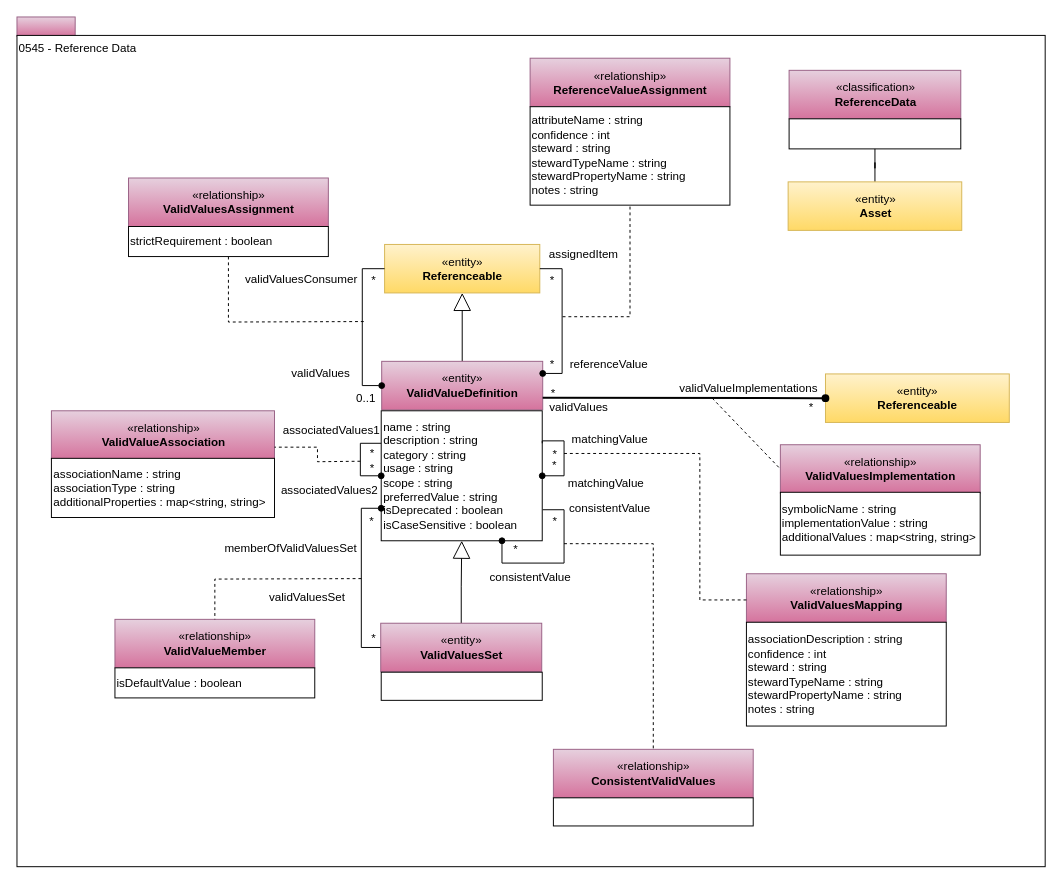
Before: page "0545-Reference-Data" (26 of 34) of site/docs/types/5/area-5-models-and-schema.drawio in odpi/egeria-docs, a draw.io diagram. Source tidied: cells renumbered, new cells numbered last; positions are measured from the earlier drawing's top-left corner, leaving out a move shared by most shapes. Both pictures are drawn from the tidied source at 97%, with x=0, y=0 at pixel (16, 16).
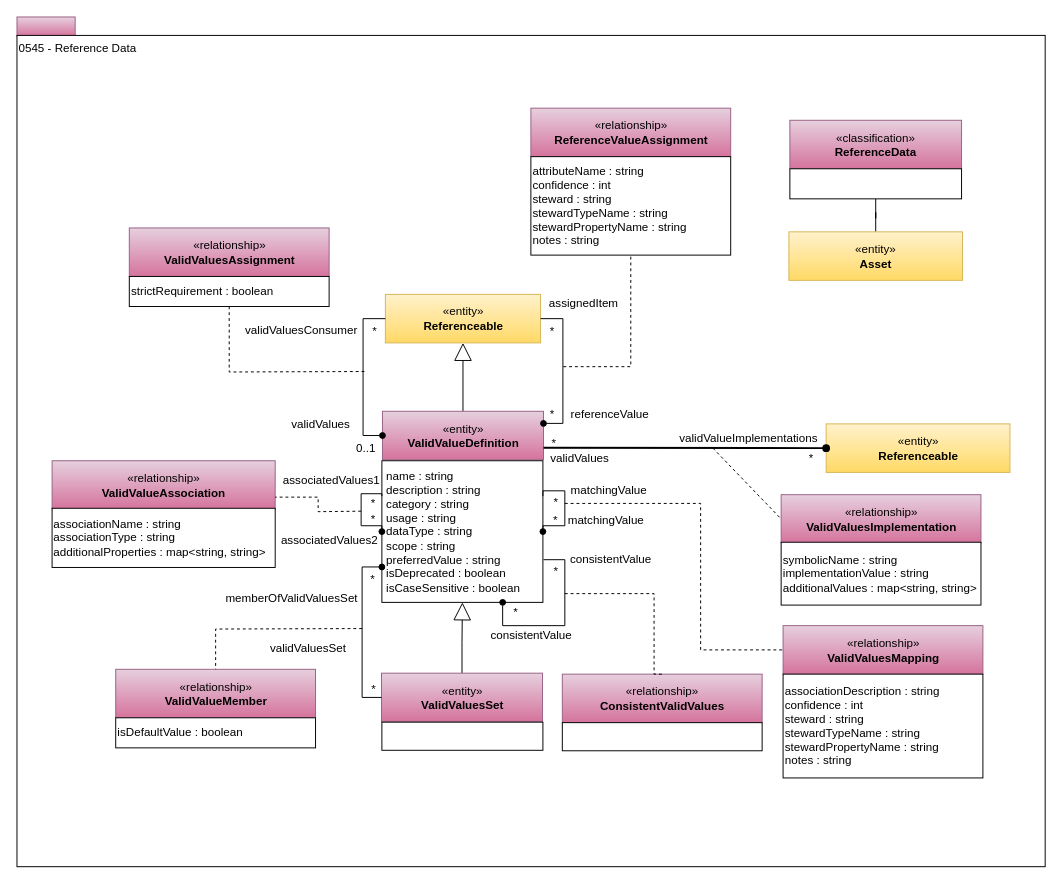
The same page after the edit.

Change to the diagram source:
```diff
@@
     <mxCell id="5" value="«entity»&lt;br&gt;&lt;b&gt;ValidValueDefinition&lt;/b&gt;" style="html=1;strokeColor=#996185;align=center;fillColor=#e6d0de;gradientColor=#d5739d;" parent="1" vertex="1">
-      <mxGeometry x="376" y="355" width="166" height="50" as="geometry" />
+      <mxGeometry x="376.8" y="406.5" width="166" height="50" as="geometry" />
     </mxCell>
-    <mxCell id="6" value="&lt;span&gt;name : string&lt;br&gt;&lt;/span&gt;&lt;span&gt;description : string&lt;br&gt;&lt;/span&gt;category : string&lt;br&gt;&lt;span&gt;usage : string&lt;/span&gt;&lt;br&gt;&lt;span&gt;scope : string&lt;br&gt;preferredValue : string&lt;br&gt;isDeprecated : boolean&lt;br&gt;isCaseSensitive : boolean&lt;br&gt;&lt;/span&gt;" style="rounded=0;whiteSpace=wrap;html=1;strokeColor=#000000;gradientColor=#ffffff;align=left;" parent="1" vertex="1">
-      <mxGeometry x="375.5" y="406" width="166" height="134" as="geometry" />
+    <mxCell id="6" value="&lt;span&gt;name : string&lt;br&gt;&lt;/span&gt;&lt;span&gt;description : string&lt;br&gt;&lt;/span&gt;category : string&lt;br&gt;&lt;span&gt;usage : string&lt;br&gt;&lt;/span&gt;dataType : string&lt;br&gt;&lt;span&gt;scope : string&lt;br&gt;preferredValue : string&lt;br&gt;isDeprecated : boolean&lt;br&gt;isCaseSensitive : boolean&lt;br&gt;&lt;/span&gt;" style="rounded=0;whiteSpace=wrap;html=1;strokeColor=#000000;gradientColor=#ffffff;align=left;spacingLeft=3;" parent="1" vertex="1">
+      <mxGeometry x="376.2" y="457.5" width="166" height="146" as="geometry" />
     </mxCell>
     <mxCell id="7" value="«entity»&lt;br&gt;&lt;b&gt;Referenceable&lt;/b&gt;" style="html=1;strokeColor=#d6b656;align=center;fillColor=#fff2cc;gradientColor=#ffd966;" parent="1" vertex="1">
-      <mxGeometry x="379" y="234.5" width="160" height="50" as="geometry" />
+      <mxGeometry x="379.8" y="286" width="160" height="50" as="geometry" />
     </mxCell>
     <mxCell id="8" value="«entity»&lt;br&gt;&lt;b&gt;Referenceable&lt;/b&gt;" style="html=1;strokeColor=#d6b656;align=center;fillColor=#fff2cc;gradientColor=#ffd966;" parent="1" vertex="1">
-      <mxGeometry x="833.5" y="368" width="189.5" height="50" as="geometry" />
+      <mxGeometry x="834.2" y="419.5" width="189.5" height="50" as="geometry" />
     </mxCell>
     <mxCell id="9" value="«relationship»&lt;br&gt;&lt;b&gt;ValidValuesImplementation&lt;/b&gt;" style="html=1;strokeColor=#996185;align=center;fillColor=#e6d0de;gradientColor=#d5739d;" parent="1" vertex="1">
-      <mxGeometry x="787" y="441" width="206" height="50" as="geometry" />
+      <mxGeometry x="787.8" y="492.5" width="206" height="50" as="geometry" />
     </mxCell>
@@
     <mxCell id="11" value="symbolicName : string&lt;br&gt;implementationValue : string&lt;br&gt;additionalValues : map&amp;lt;string, string&amp;gt;" style="rounded=0;whiteSpace=wrap;html=1;strokeColor=#000000;gradientColor=#ffffff;align=left;" parent="1" vertex="1">
-      <mxGeometry x="787" y="490" width="206" height="64.8" as="geometry" />
+      <mxGeometry x="787.8" y="541.5" width="206" height="64.8" as="geometry" />
     </mxCell>
     <mxCell id="12" value="*" style="text;html=1;strokeColor=none;fillColor=none;align=center;verticalAlign=middle;whiteSpace=wrap;rounded=0;" parent="1" vertex="1">
-      <mxGeometry x="798.5" y="393" width="40" height="20" as="geometry" />
+      <mxGeometry x="799.2" y="444.5" width="40" height="20" as="geometry" />
     </mxCell>
     <mxCell id="13" value="*" style="text;html=1;strokeColor=none;fillColor=none;align=center;verticalAlign=middle;whiteSpace=wrap;rounded=0;" parent="1" vertex="1">
-      <mxGeometry x="533" y="378" width="40" height="20" as="geometry" />
+      <mxGeometry x="533.8" y="429.5" width="40" height="20" as="geometry" />
     </mxCell>
     <mxCell id="14" value="validValues" style="text;html=1;strokeColor=none;fillColor=none;align=center;verticalAlign=middle;whiteSpace=wrap;rounded=0;" parent="1" vertex="1">
-      <mxGeometry x="543" y="393" width="73" height="20" as="geometry" />
+      <mxGeometry x="543.8" y="444.5" width="73" height="20" as="geometry" />
     </mxCell>
     <mxCell id="15" value="validValueImplementations" style="text;html=1;strokeColor=none;fillColor=none;align=center;verticalAlign=middle;whiteSpace=wrap;rounded=0;" parent="1" vertex="1">
-      <mxGeometry x="679.5" y="373" width="149" height="20" as="geometry" />
+      <mxGeometry x="680.2" y="424.5" width="149" height="20" as="geometry" />
     </mxCell>
     <mxCell id="16" value="«classification»&lt;br&gt;&lt;b&gt;ReferenceData&lt;/b&gt;" style="html=1;strokeColor=#996185;align=center;fillColor=#e6d0de;gradientColor=#d5739d;" parent="1" vertex="1">
-      <mxGeometry x="796" y="55" width="177" height="50" as="geometry" />
+      <mxGeometry x="796.8" y="106.5" width="177" height="50" as="geometry" />
     </mxCell>
     <mxCell id="17" style="rounded=0;whiteSpace=wrap;html=1;strokeColor=#000000;gradientColor=#ffffff;align=left;" parent="1" vertex="1">
-      <mxGeometry x="796" y="105" width="177" height="31" as="geometry" />
+      <mxGeometry x="796.8" y="156.5" width="177" height="31" as="geometry" />
     </mxCell>
@@
     <mxCell id="19" value="«entity»&lt;br&gt;&lt;b&gt;ValidValuesSet&lt;/b&gt;" style="html=1;strokeColor=#996185;align=center;fillColor=#e6d0de;gradientColor=#d5739d;" parent="1" vertex="1">
-      <mxGeometry x="375" y="625" width="166" height="50" as="geometry" />
+      <mxGeometry x="375.8" y="676.5" width="166" height="50" as="geometry" />
     </mxCell>
     <mxCell id="20" style="rounded=0;whiteSpace=wrap;html=1;strokeColor=#000000;gradientColor=#ffffff;align=left;" parent="1" vertex="1">
-      <mxGeometry x="375.5" y="675.5" width="166" height="29" as="geometry" />
+      <mxGeometry x="376.2" y="727" width="166" height="29" as="geometry" />
     </mxCell>
     <mxCell id="21" value="«relationship»&lt;br&gt;&lt;b&gt;ValidValuesAssignment&lt;/b&gt;" style="html=1;strokeColor=#996185;align=center;fillColor=#e6d0de;gradientColor=#d5739d;" parent="1" vertex="1">
-      <mxGeometry x="115" y="166" width="206" height="50" as="geometry" />
+      <mxGeometry x="115.8" y="217.5" width="206" height="50" as="geometry" />
     </mxCell>
     <mxCell id="22" style="endArrow=none;dashed=1;html=1;entryX=0.5;entryY=1;edgeStyle=orthogonalEdgeStyle;rounded=0;" parent="1" edge="1" target="23">
       <mxGeometry relative="1" as="geometry">
-        <mxPoint x="357.5" y="314" as="sourcePoint" />
+        <mxPoint x="358.2" y="365.5" as="sourcePoint" />
       </mxGeometry>
     </mxCell>
     <mxCell id="23" value="strictRequirement : boolean" style="rounded=0;whiteSpace=wrap;html=1;strokeColor=#000000;gradientColor=#ffffff;align=left;" parent="1" vertex="1">
-      <mxGeometry x="115" y="216" width="206" height="31" as="geometry" />
+      <mxGeometry x="115.8" y="267.5" width="206" height="31" as="geometry" />
     </mxCell>
     <mxCell id="24" value="memberOfValidValuesSet" style="text;html=1;strokeColor=none;fillColor=none;align=center;verticalAlign=middle;whiteSpace=wrap;rounded=0;" parent="1" vertex="1">
-      <mxGeometry x="236" y="538" width="93" height="20" as="geometry" />
+      <mxGeometry x="236.8" y="589.5" width="93" height="20" as="geometry" />
     </mxCell>
     <mxCell id="25" value="validValuesSet" style="text;html=1;strokeColor=none;fillColor=none;align=center;verticalAlign=middle;whiteSpace=wrap;rounded=0;" parent="1" vertex="1">
-      <mxGeometry x="253" y="589" width="93" height="20" as="geometry" />
+      <mxGeometry x="253.8" y="640.5" width="93" height="20" as="geometry" />
     </mxCell>
     <mxCell id="26" value="validValuesConsumer" style="text;html=1;strokeColor=none;fillColor=none;align=center;verticalAlign=middle;whiteSpace=wrap;rounded=0;" parent="1" vertex="1">
-      <mxGeometry x="246.5" y="261" width="93" height="20" as="geometry" />
+      <mxGeometry x="247.2" y="312.5" width="93" height="20" as="geometry" />
     </mxCell>
     <mxCell id="27" value="validValues" style="text;html=1;strokeColor=none;fillColor=none;align=center;verticalAlign=middle;whiteSpace=wrap;rounded=0;" parent="1" vertex="1">
-      <mxGeometry x="275.5" y="358" width="75" height="20" as="geometry" />
+      <mxGeometry x="276.2" y="409.5" width="75" height="20" as="geometry" />
     </mxCell>
     <mxCell id="28" value="*" style="text;html=1;strokeColor=none;fillColor=none;align=center;verticalAlign=middle;whiteSpace=wrap;rounded=0;" parent="1" vertex="1">
-      <mxGeometry x="346" y="510" width="40" height="20" as="geometry" />
+      <mxGeometry x="346.8" y="569.5" width="40" height="20" as="geometry" />
     </mxCell>
     <mxCell id="29" value="*" style="text;html=1;strokeColor=none;fillColor=none;align=center;verticalAlign=middle;whiteSpace=wrap;rounded=0;" parent="1" vertex="1">
-      <mxGeometry x="347.5" y="631" width="40" height="20" as="geometry" />
+      <mxGeometry x="348.2" y="682.5" width="40" height="20" as="geometry" />
     </mxCell>
     <mxCell id="30" value="*" style="text;html=1;strokeColor=none;fillColor=none;align=center;verticalAlign=middle;whiteSpace=wrap;rounded=0;" parent="1" vertex="1">
-      <mxGeometry x="348" y="262" width="40" height="20" as="geometry" />
+      <mxGeometry x="348.8" y="313.5" width="40" height="20" as="geometry" />
     </mxCell>
     <mxCell id="31" value="0..1" style="text;html=1;strokeColor=none;fillColor=none;align=center;verticalAlign=middle;whiteSpace=wrap;rounded=0;" parent="1" vertex="1">
-      <mxGeometry x="339.5" y="383" width="40" height="20" as="geometry" />
+      <mxGeometry x="340.2" y="434.5" width="40" height="20" as="geometry" />
     </mxCell>
     <mxCell id="32" value="«relationship»&lt;br&gt;&lt;b&gt;ValidValueMember&lt;/b&gt;" style="html=1;strokeColor=#996185;align=center;fillColor=#e6d0de;gradientColor=#d5739d;" parent="1" vertex="1">
-      <mxGeometry x="101" y="621" width="206" height="50" as="geometry" />
+      <mxGeometry x="101.8" y="672.5" width="206" height="50" as="geometry" />
     </mxCell>
     <mxCell id="33" style="endArrow=none;dashed=1;html=1;entryX=0.5;entryY=0;edgeStyle=orthogonalEdgeStyle;rounded=0;entryDx=0;entryDy=0;" parent="1" edge="1" target="32">
       <mxGeometry relative="1" as="geometry">
-        <mxPoint x="355" y="579" as="sourcePoint" />
+        <mxPoint x="355.8" y="630.5" as="sourcePoint" />
       </mxGeometry>
     </mxCell>
     <mxCell id="34" value="isDefaultValue : boolean" style="rounded=0;whiteSpace=wrap;html=1;strokeColor=#000000;gradientColor=#ffffff;align=left;" parent="1" vertex="1">
-      <mxGeometry x="101" y="671" width="206" height="31" as="geometry" />
+      <mxGeometry x="101.8" y="722.5" width="206" height="31" as="geometry" />
     </mxCell>
     <mxCell id="35" style="edgeStyle=orthogonalEdgeStyle;rounded=0;orthogonalLoop=1;jettySize=auto;html=1;exitX=1;exitY=0.25;exitDx=0;exitDy=0;entryX=1;entryY=0.5;entryDx=0;entryDy=0;endArrow=oval;endFill=1;" parent="1" edge="1" source="6" target="6">
       <mxGeometry relative="1" as="geometry">
         <Array as="points">
-          <mxPoint x="542" y="437" />
-          <mxPoint x="564" y="437" />
-          <mxPoint x="564" y="473" />
+          <mxPoint x="542.8" y="488.5" />
+          <mxPoint x="564.8" y="488.5" />
+          <mxPoint x="564.8" y="524.5" />
         </Array>
       </mxGeometry>
     </mxCell>
     <mxCell id="36" value="matchingValue" style="text;html=1;strokeColor=none;fillColor=none;align=center;verticalAlign=middle;whiteSpace=wrap;rounded=0;" parent="1" vertex="1">
-      <mxGeometry x="575" y="426" width="73" height="20" as="geometry" />
+      <mxGeometry x="573.8" y="477.5" width="73" height="20" as="geometry" />
     </mxCell>
     <mxCell id="37" value="matchingValue" style="text;html=1;strokeColor=none;fillColor=none;align=center;verticalAlign=middle;whiteSpace=wrap;rounded=0;" parent="1" vertex="1">
-      <mxGeometry x="564.5" y="471" width="84.5" height="20" as="geometry" />
+      <mxGeometry x="565.2" y="508.5" width="84.5" height="20" as="geometry" />
     </mxCell>
     <mxCell id="38" value="«relationship»&lt;br&gt;&lt;b&gt;ValidValuesMapping&lt;/b&gt;" style="html=1;strokeColor=#996185;align=center;fillColor=#e6d0de;gradientColor=#d5739d;" parent="1" vertex="1">
-      <mxGeometry x="752" y="574" width="206" height="50" as="geometry" />
+      <mxGeometry x="789.8" y="627.5" width="206" height="50" as="geometry" />
     </mxCell>
     <mxCell id="39" style="endArrow=none;dashed=1;html=1;entryX=0;entryY=0.5;edgeStyle=orthogonalEdgeStyle;rounded=0;entryDx=0;entryDy=0;" parent="1" edge="1" target="38">
       <mxGeometry relative="1" as="geometry">
-        <mxPoint x="564" y="450" as="sourcePoint" />
+        <mxPoint x="564.8" y="501.5" as="sourcePoint" />
         <Array as="points">
-          <mxPoint x="704" y="450" />
-          <mxPoint x="704" y="601" />
-          <mxPoint x="752" y="601" />
+          <mxPoint x="704.8" y="501.5" />
+          <mxPoint x="704.8" y="652.5" />
+          <mxPoint x="752.8" y="652.5" />
         </Array>
       </mxGeometry>
     </mxCell>
     <mxCell id="40" value="&lt;div style=&quot;white-space: normal&quot;&gt;&lt;span&gt;associationDescription : string&lt;/span&gt;&lt;/div&gt;&lt;div style=&quot;white-space: normal&quot;&gt;&lt;span&gt;confidence : int&lt;/span&gt;&lt;br&gt;&lt;/div&gt;&lt;div style=&quot;white-space: normal&quot;&gt;steward : string&lt;/div&gt;&lt;div style=&quot;white-space: normal&quot;&gt;stewardTypeName : string&lt;/div&gt;&lt;div style=&quot;white-space: normal&quot;&gt;stewardPropertyName : string&lt;/div&gt;&lt;div style=&quot;white-space: normal&quot;&gt;notes : string&lt;/div&gt;" style="rounded=0;whiteSpace=wrap;html=1;strokeColor=#000000;gradientColor=#ffffff;align=left;" parent="1" vertex="1">
-      <mxGeometry x="752" y="624" width="206" height="107" as="geometry" />
+      <mxGeometry x="789.8" y="677.5" width="206" height="107" as="geometry" />
     </mxCell>
     <mxCell id="41" value="*" style="text;html=1;align=center;verticalAlign=middle;" parent="1" vertex="1">
-      <mxGeometry x="358.5" y="457" width="15" height="18" as="geometry" />
+      <mxGeometry x="359.2" y="508.5" width="15" height="18" as="geometry" />
     </mxCell>
     <mxCell id="42" value="*" style="text;html=1;strokeColor=none;fillColor=none;align=center;verticalAlign=middle;whiteSpace=wrap;rounded=0;" parent="1" vertex="1">
-      <mxGeometry x="535" y="441" width="40" height="20" as="geometry" />
+      <mxGeometry x="535.8" y="490.5" width="40" height="20" as="geometry" />
     </mxCell>
     <mxCell id="43" value="*" style="text;html=1;strokeColor=none;fillColor=none;align=center;verticalAlign=middle;whiteSpace=wrap;rounded=0;" parent="1" vertex="1">
-      <mxGeometry x="531.5" y="348" width="40" height="20" as="geometry" />
+      <mxGeometry x="532.2" y="399.5" width="40" height="20" as="geometry" />
     </mxCell>
     <mxCell id="44" value="*" style="text;html=1;strokeColor=none;fillColor=none;align=center;verticalAlign=middle;whiteSpace=wrap;rounded=0;" parent="1" vertex="1">
-      <mxGeometry x="531.5" y="262" width="40" height="20" as="geometry" />
+      <mxGeometry x="532.2" y="313.5" width="40" height="20" as="geometry" />
     </mxCell>
     <mxCell id="45" value="«relationship»&lt;br&gt;&lt;b&gt;ReferenceValueAssignment&lt;/b&gt;" style="html=1;strokeColor=#996185;align=center;fillColor=#e6d0de;gradientColor=#d5739d;" parent="1" vertex="1">
-      <mxGeometry x="529" y="42.5" width="206" height="50" as="geometry" />
+      <mxGeometry x="529.8" y="94" width="206" height="50" as="geometry" />
     </mxCell>
     <mxCell id="46" style="endArrow=none;dashed=1;html=1;entryX=0.5;entryY=1;entryDx=0;entryDy=0;rounded=0;" parent="1" edge="1" target="47">
       <mxGeometry relative="1" as="geometry">
-        <mxPoint x="562.5" y="309" as="sourcePoint" />
+        <mxPoint x="563.2" y="360.5" as="sourcePoint" />
         <Array as="points">
-          <mxPoint x="632" y="309" />
+          <mxPoint x="632.8" y="360.5" />
         </Array>
       </mxGeometry>
     </mxCell>
     <mxCell id="47" value="&lt;div&gt;attributeName : string&lt;/div&gt;&lt;div&gt;confidence : int&lt;br&gt;&lt;/div&gt;&lt;div&gt;steward : string&lt;/div&gt;&lt;div&gt;&lt;div&gt;stewardTypeName : string&lt;/div&gt;&lt;div&gt;stewardPropertyName : string&lt;/div&gt;&lt;/div&gt;&lt;div&gt;notes : string&lt;/div&gt;" style="rounded=0;whiteSpace=wrap;html=1;strokeColor=#000000;gradientColor=#ffffff;align=left;" parent="1" vertex="1">
-      <mxGeometry x="529" y="92.5" width="206" height="101.5" as="geometry" />
+      <mxGeometry x="529.8" y="144" width="206" height="101.5" as="geometry" />
     </mxCell>
     <mxCell id="48" value="assignedItem" style="text;html=1;strokeColor=none;fillColor=none;align=center;verticalAlign=middle;whiteSpace=wrap;rounded=0;" parent="1" vertex="1">
-      <mxGeometry x="546.5" y="234.5" width="75" height="20" as="geometry" />
+      <mxGeometry x="547.2" y="286" width="75" height="20" as="geometry" />
     </mxCell>
     <mxCell id="49" value="referenceValue" style="text;html=1;strokeColor=none;fillColor=none;align=center;verticalAlign=middle;whiteSpace=wrap;rounded=0;" parent="1" vertex="1">
-      <mxGeometry x="573" y="348" width="75" height="20" as="geometry" />
+      <mxGeometry x="573.8" y="399.5" width="75" height="20" as="geometry" />
     </mxCell>
@@
     <mxCell id="54" style="edgeStyle=orthogonalEdgeStyle;rounded=0;jettySize=auto;html=1;exitX=1;exitY=0.25;exitDx=0;exitDy=0;entryX=0.75;entryY=1;entryDx=0;entryDy=0;endArrow=oval;endFill=1;" parent="1" edge="1" target="6">
       <mxGeometry relative="1" as="geometry">
-        <mxPoint x="542" y="508" as="sourcePoint" />
+        <mxPoint x="542.8" y="559.5" as="sourcePoint" />
         <Array as="points">
-          <mxPoint x="564" y="508" />
-          <mxPoint x="564" y="563" />
-          <mxPoint x="500" y="563" />
+          <mxPoint x="564.8" y="559.5" />
+          <mxPoint x="564.8" y="627.5" />
+          <mxPoint x="500.8" y="627.5" />
         </Array>
       </mxGeometry>
     </mxCell>
     <mxCell id="55" value="consistentValue" style="text;html=1;strokeColor=none;fillColor=none;align=center;verticalAlign=middle;whiteSpace=wrap;rounded=0;" parent="1" vertex="1">
-      <mxGeometry x="575" y="497" width="73" height="20" as="geometry" />
+      <mxGeometry x="575.8" y="548.5" width="73" height="20" as="geometry" />
     </mxCell>
     <mxCell id="56" value="consistentValue" style="text;html=1;strokeColor=none;fillColor=none;align=center;verticalAlign=middle;whiteSpace=wrap;rounded=0;" parent="1" vertex="1">
-      <mxGeometry x="487" y="568" width="84.5" height="20" as="geometry" />
+      <mxGeometry x="487.8" y="627.5" width="84.5" height="20" as="geometry" />
     </mxCell>
     <mxCell id="57" value="«relationship»&lt;br&gt;&lt;b&gt;ConsistentValidValues&lt;/b&gt;" style="html=1;strokeColor=#996185;align=center;fillColor=#e6d0de;gradientColor=#d5739d;" parent="1" vertex="1">
-      <mxGeometry x="553" y="755" width="206" height="50" as="geometry" />
+      <mxGeometry x="562.2" y="677.5" width="206" height="50" as="geometry" />
     </mxCell>
     <mxCell id="58" style="endArrow=none;dashed=1;html=1;entryX=0.5;entryY=0;edgeStyle=orthogonalEdgeStyle;rounded=0;entryDx=0;entryDy=0;" parent="1" edge="1" target="57">
       <mxGeometry relative="1" as="geometry">
-        <mxPoint x="564" y="543" as="sourcePoint" />
+        <mxPoint x="564.8" y="594.5" as="sourcePoint" />
         <Array as="points">
-          <mxPoint x="656" y="543" />
+          <mxPoint x="656.8" y="594.5" />
         </Array>
       </mxGeometry>
     </mxCell>
     <mxCell id="59" value="&lt;div style=&quot;white-space: normal&quot;&gt;&lt;br&gt;&lt;/div&gt;" style="rounded=0;whiteSpace=wrap;html=1;strokeColor=#000000;gradientColor=#ffffff;align=left;" parent="1" vertex="1">
-      <mxGeometry x="553" y="805" width="206" height="29" as="geometry" />
+      <mxGeometry x="562.2" y="727.5" width="206" height="29" as="geometry" />
     </mxCell>
     <mxCell id="60" value="*" style="text;html=1;align=center;verticalAlign=middle;" parent="1" vertex="1">
-      <mxGeometry x="506" y="540" width="15" height="18" as="geometry" />
+      <mxGeometry x="506.8" y="604.5" width="15" height="18" as="geometry" />
     </mxCell>
     <mxCell id="61" value="*" style="text;html=1;strokeColor=none;fillColor=none;align=center;verticalAlign=middle;whiteSpace=wrap;rounded=0;" parent="1" vertex="1">
-      <mxGeometry x="535" y="510" width="40" height="20" as="geometry" />
+      <mxGeometry x="535.8" y="561.5" width="40" height="20" as="geometry" />
     </mxCell>
     <mxCell id="62" style="edgeStyle=orthogonalEdgeStyle;rounded=0;orthogonalLoop=1;jettySize=auto;html=1;exitX=0;exitY=0.25;exitDx=0;exitDy=0;entryX=0;entryY=0.5;entryDx=0;entryDy=0;endArrow=oval;endFill=1;" parent="1" edge="1" source="6" target="6">
       <mxGeometry relative="1" as="geometry">
         <Array as="points">
-          <mxPoint x="354" y="440" />
-          <mxPoint x="354" y="473" />
+          <mxPoint x="354.8" y="491.5" />
+          <mxPoint x="354.8" y="524.5" />
         </Array>
       </mxGeometry>
     </mxCell>
     <mxCell id="63" value="*" style="text;html=1;align=center;verticalAlign=middle;" parent="1" vertex="1">
-      <mxGeometry x="546.5" y="453" width="15" height="18" as="geometry" />
+      <mxGeometry x="547.2" y="509.5" width="15" height="18" as="geometry" />
     </mxCell>
     <mxCell id="64" value="*" style="text;html=1;align=center;verticalAlign=middle;" parent="1" vertex="1">
-      <mxGeometry x="358.5" y="441" width="15" height="18" as="geometry" />
+      <mxGeometry x="359.2" y="492.5" width="15" height="18" as="geometry" />
     </mxCell>
     <mxCell id="65" value="associatedValues1" style="text;html=1;align=center;verticalAlign=middle;strokeColor=none;fillColor=none;" parent="1" vertex="1">
-      <mxGeometry x="264.5" y="413" width="118" height="26" as="geometry" />
+      <mxGeometry x="265.2" y="464.5" width="118" height="26" as="geometry" />
     </mxCell>
     <mxCell id="66" value="associatedValues2" style="text;html=1;align=center;verticalAlign=middle;strokeColor=none;fillColor=none;" parent="1" vertex="1">
-      <mxGeometry x="262.5" y="475" width="118" height="26" as="geometry" />
+      <mxGeometry x="263.2" y="526.5" width="118" height="26" as="geometry" />
     </mxCell>
     <mxCell id="67" value="«relationship»&lt;br&gt;&lt;b&gt;ValidValueAssociation&lt;/b&gt;" style="html=1;strokeColor=#996185;align=center;fillColor=#e6d0de;gradientColor=#d5739d;" parent="1" vertex="1">
-      <mxGeometry x="35.5" y="406" width="230" height="50" as="geometry" />
+      <mxGeometry x="36.2" y="457.5" width="230" height="50" as="geometry" />
     </mxCell>
     <mxCell id="68" style="endArrow=none;dashed=1;html=1;entryX=1;entryY=0.75;edgeStyle=orthogonalEdgeStyle;rounded=0;entryDx=0;entryDy=0;" parent="1" edge="1" target="67">
       <mxGeometry relative="1" as="geometry">
-        <mxPoint x="354" y="458" as="sourcePoint" />
+        <mxPoint x="354.8" y="509.5" as="sourcePoint" />
       </mxGeometry>
     </mxCell>
     <mxCell id="69" value="associationName : string&lt;br&gt;associationType : string&lt;br&gt;additionalProperties : map&amp;lt;string, string&amp;gt;" style="rounded=0;whiteSpace=wrap;html=1;strokeColor=#000000;gradientColor=#ffffff;align=left;" parent="1" vertex="1">
-      <mxGeometry x="35.5" y="455" width="230" height="61" as="geometry" />
+      <mxGeometry x="36.2" y="506.5" width="230" height="61" as="geometry" />
     </mxCell>
@@
     <mxCell id="71" value="«entity»&lt;br&gt;&lt;b&gt;Asset&lt;/b&gt;" style="html=1;strokeColor=#d6b656;align=center;fillColor=#fff2cc;gradientColor=#ffd966;" parent="1" vertex="1">
-      <mxGeometry x="795" y="170" width="179" height="50" as="geometry" />
+      <mxGeometry x="795.8" y="221.5" width="179" height="50" as="geometry" />
     </mxCell>
```
